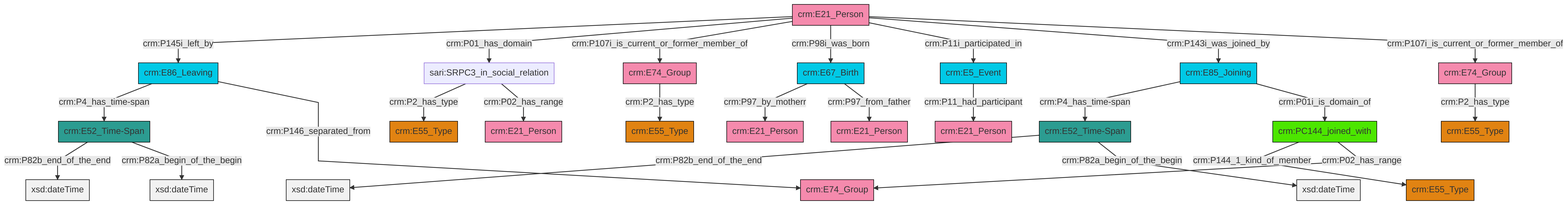
The Mermaid diagram et/personCSV/ttl/mmd/png/Person_Actor_Relations.png in swiss-art-research-net/reference-data-models, before a commit. Its source is kept beside it as et/personCSV/ttl/mmd/Person_Actor_Relations.ttl.mmd. The source it was exported from:
```mermaid
graph TD
classDef Literal fill:#f2f2f2,stroke:#000000;
classDef CRM_Entity fill:#FFFFFF,stroke:#000000;
classDef Temporal_Entity fill:#00C9E6, stroke:#000000;
classDef Type fill:#E18312, stroke:#000000;
classDef Time-Span fill:#2C9C91, stroke:#000000;
classDef Appellation fill:#FFEB7F, stroke:#000000;
classDef Place fill:#008836, stroke:#000000;
classDef Persistent_Item fill:#B266B2, stroke:#000000;
classDef Conceptual_Object fill:#FFD700, stroke:#000000;
classDef Physical_Thing fill:#D2B48C, stroke:#000000;
classDef Actor fill:#f58aad, stroke:#000000;
classDef PC_Classes fill:#4ce600, stroke:#000000;
classDef Multi fill:#cccccc,stroke:#000000;

0["crm:E21_Person"]:::Actor -->|crm:P145i_left_by| 1["crm:E86_Leaving"]:::Temporal_Entity
0["crm:E21_Person"]:::Actor -->|crm:P01_has_domain| 4["sari:SRPC3_in_social_relation"]:::Default
5["crm:E85_Joining"]:::Temporal_Entity -->|crm:P4_has_time-span| 6["crm:E52_Time-Span"]:::Time-Span
7["crm:PC144_joined_with"]:::PC_Classes -->|crm:P144_1_kind_of_member| 8["crm:E55_Type"]:::Type
9["crm:E52_Time-Span"]:::Time-Span -->|crm:P82b_end_of_the_end| 10[xsd:dateTime]:::Literal
19["crm:E67_Birth"]:::Temporal_Entity -->|crm:P97_by_motherr| 20["crm:E21_Person"]:::Actor
0["crm:E21_Person"]:::Actor -->|crm:P107i_is_current_or_former_member_of| 21["crm:E74_Group"]:::Actor
6["crm:E52_Time-Span"]:::Time-Span -->|crm:P82b_end_of_the_end| 33[xsd:dateTime]:::Literal
7["crm:PC144_joined_with"]:::PC_Classes -->|crm:P02_has_range| 2["crm:E74_Group"]:::Actor
37["crm:E74_Group"]:::Actor -->|crm:P2_has_type| 14["crm:E55_Type"]:::Type
1["crm:E86_Leaving"]:::Temporal_Entity -->|crm:P4_has_time-span| 9["crm:E52_Time-Span"]:::Time-Span
5["crm:E85_Joining"]:::Temporal_Entity -->|crm:P01i_is_domain_of| 7["crm:PC144_joined_with"]:::PC_Classes
4["sari:SRPC3_in_social_relation"]:::Default -->|crm:P2_has_type| 34["crm:E55_Type"]:::Type
1["crm:E86_Leaving"]:::Temporal_Entity -->|crm:P146_separated_from| 2["crm:E74_Group"]:::Actor
4["sari:SRPC3_in_social_relation"]:::Default -->|crm:P02_has_range| 31["crm:E21_Person"]:::Actor
23["crm:E5_Event"]:::Temporal_Entity -->|crm:P11_had_participant| 12["crm:E21_Person"]:::Actor
6["crm:E52_Time-Span"]:::Time-Span -->|crm:P82a_begin_of_the_begin| 41[xsd:dateTime]:::Literal
0["crm:E21_Person"]:::Actor -->|crm:P98i_was_born| 19["crm:E67_Birth"]:::Temporal_Entity
0["crm:E21_Person"]:::Actor -->|crm:P11i_participated_in| 23["crm:E5_Event"]:::Temporal_Entity
21["crm:E74_Group"]:::Actor -->|crm:P2_has_type| 16["crm:E55_Type"]:::Type
9["crm:E52_Time-Span"]:::Time-Span -->|crm:P82a_begin_of_the_begin| 45[xsd:dateTime]:::Literal
19["crm:E67_Birth"]:::Temporal_Entity -->|crm:P97_from_father| 29["crm:E21_Person"]:::Actor
0["crm:E21_Person"]:::Actor -->|crm:P143i_was_joined_by| 5["crm:E85_Joining"]:::Temporal_Entity
0["crm:E21_Person"]:::Actor -->|crm:P107i_is_current_or_former_member_of| 37["crm:E74_Group"]:::Actor
```
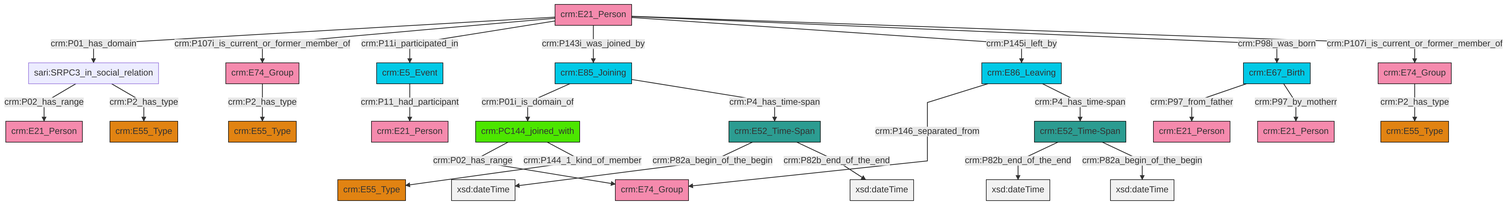
The same file after the commit.

Change to the diagram source:
```diff
@@ -13,27 +13,27 @@
 classDef PC_Classes fill:#4ce600, stroke:#000000;
 classDef Multi fill:#cccccc,stroke:#000000;
 
-0["crm:E21_Person"]:::Actor -->|crm:P145i_left_by| 1["crm:E86_Leaving"]:::Temporal_Entity
-0["crm:E21_Person"]:::Actor -->|crm:P01_has_domain| 4["sari:SRPC3_in_social_relation"]:::Default
-5["crm:E85_Joining"]:::Temporal_Entity -->|crm:P4_has_time-span| 6["crm:E52_Time-Span"]:::Time-Span
-7["crm:PC144_joined_with"]:::PC_Classes -->|crm:P144_1_kind_of_member| 8["crm:E55_Type"]:::Type
-9["crm:E52_Time-Span"]:::Time-Span -->|crm:P82b_end_of_the_end| 10[xsd:dateTime]:::Literal
-19["crm:E67_Birth"]:::Temporal_Entity -->|crm:P97_by_motherr| 20["crm:E21_Person"]:::Actor
-0["crm:E21_Person"]:::Actor -->|crm:P107i_is_current_or_former_member_of| 21["crm:E74_Group"]:::Actor
-6["crm:E52_Time-Span"]:::Time-Span -->|crm:P82b_end_of_the_end| 33[xsd:dateTime]:::Literal
-7["crm:PC144_joined_with"]:::PC_Classes -->|crm:P02_has_range| 2["crm:E74_Group"]:::Actor
-37["crm:E74_Group"]:::Actor -->|crm:P2_has_type| 14["crm:E55_Type"]:::Type
-1["crm:E86_Leaving"]:::Temporal_Entity -->|crm:P4_has_time-span| 9["crm:E52_Time-Span"]:::Time-Span
-5["crm:E85_Joining"]:::Temporal_Entity -->|crm:P01i_is_domain_of| 7["crm:PC144_joined_with"]:::PC_Classes
-4["sari:SRPC3_in_social_relation"]:::Default -->|crm:P2_has_type| 34["crm:E55_Type"]:::Type
-1["crm:E86_Leaving"]:::Temporal_Entity -->|crm:P146_separated_from| 2["crm:E74_Group"]:::Actor
-4["sari:SRPC3_in_social_relation"]:::Default -->|crm:P02_has_range| 31["crm:E21_Person"]:::Actor
-23["crm:E5_Event"]:::Temporal_Entity -->|crm:P11_had_participant| 12["crm:E21_Person"]:::Actor
-6["crm:E52_Time-Span"]:::Time-Span -->|crm:P82a_begin_of_the_begin| 41[xsd:dateTime]:::Literal
-0["crm:E21_Person"]:::Actor -->|crm:P98i_was_born| 19["crm:E67_Birth"]:::Temporal_Entity
-0["crm:E21_Person"]:::Actor -->|crm:P11i_participated_in| 23["crm:E5_Event"]:::Temporal_Entity
-21["crm:E74_Group"]:::Actor -->|crm:P2_has_type| 16["crm:E55_Type"]:::Type
-9["crm:E52_Time-Span"]:::Time-Span -->|crm:P82a_begin_of_the_begin| 45[xsd:dateTime]:::Literal
-19["crm:E67_Birth"]:::Temporal_Entity -->|crm:P97_from_father| 29["crm:E21_Person"]:::Actor
-0["crm:E21_Person"]:::Actor -->|crm:P143i_was_joined_by| 5["crm:E85_Joining"]:::Temporal_Entity
-0["crm:E21_Person"]:::Actor -->|crm:P107i_is_current_or_former_member_of| 37["crm:E74_Group"]:::Actor
+0["crm:E52_Time-Span"]:::Time-Span -->|crm:P82a_begin_of_the_begin| 1[xsd:dateTime]:::Literal
+4["crm:E74_Group"]:::Actor -->|crm:P2_has_type| 5["crm:E55_Type"]:::Type
+8["crm:E74_Group"]:::Actor -->|crm:P2_has_type| 9["crm:E55_Type"]:::Type
+6["sari:SRPC3_in_social_relation"]:::Default -->|crm:P02_has_range| 10["crm:E21_Person"]:::Actor
+6["sari:SRPC3_in_social_relation"]:::Default -->|crm:P2_has_type| 11["crm:E55_Type"]:::Type
+14["crm:E52_Time-Span"]:::Time-Span -->|crm:P82b_end_of_the_end| 15[xsd:dateTime]:::Literal
+16["crm:E21_Person"]:::Actor -->|crm:P01_has_domain| 6["sari:SRPC3_in_social_relation"]:::Default
+16["crm:E21_Person"]:::Actor -->|crm:P107i_is_current_or_former_member_of| 4["crm:E74_Group"]:::Actor
+16["crm:E21_Person"]:::Actor -->|crm:P11i_participated_in| 18["crm:E5_Event"]:::Temporal_Entity
+25["crm:E67_Birth"]:::Temporal_Entity -->|crm:P97_from_father| 26["crm:E21_Person"]:::Actor
+2["crm:E85_Joining"]:::Temporal_Entity -->|crm:P01i_is_domain_of| 28["crm:PC144_joined_with"]:::PC_Classes
+2["crm:E85_Joining"]:::Temporal_Entity -->|crm:P4_has_time-span| 0["crm:E52_Time-Span"]:::Time-Span
+25["crm:E67_Birth"]:::Temporal_Entity -->|crm:P97_by_motherr| 32["crm:E21_Person"]:::Actor
+16["crm:E21_Person"]:::Actor -->|crm:P143i_was_joined_by| 2["crm:E85_Joining"]:::Temporal_Entity
+16["crm:E21_Person"]:::Actor -->|crm:P145i_left_by| 35["crm:E86_Leaving"]:::Temporal_Entity
+14["crm:E52_Time-Span"]:::Time-Span -->|crm:P82a_begin_of_the_begin| 38[xsd:dateTime]:::Literal
+16["crm:E21_Person"]:::Actor -->|crm:P98i_was_born| 25["crm:E67_Birth"]:::Temporal_Entity
+0["crm:E52_Time-Span"]:::Time-Span -->|crm:P82b_end_of_the_end| 41[xsd:dateTime]:::Literal
+16["crm:E21_Person"]:::Actor -->|crm:P107i_is_current_or_former_member_of| 8["crm:E74_Group"]:::Actor
+28["crm:PC144_joined_with"]:::PC_Classes -->|crm:P02_has_range| 23["crm:E74_Group"]:::Actor
+35["crm:E86_Leaving"]:::Temporal_Entity -->|crm:P146_separated_from| 23["crm:E74_Group"]:::Actor
+18["crm:E5_Event"]:::Temporal_Entity -->|crm:P11_had_participant| 29["crm:E21_Person"]:::Actor
+28["crm:PC144_joined_with"]:::PC_Classes -->|crm:P144_1_kind_of_member| 20["crm:E55_Type"]:::Type
+35["crm:E86_Leaving"]:::Temporal_Entity -->|crm:P4_has_time-span| 14["crm:E52_Time-Span"]:::Time-Span
```
